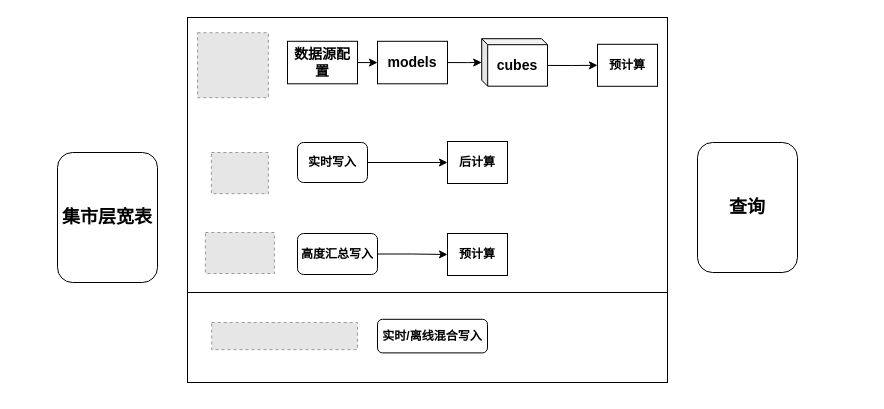
Before: 集市层批流一体.drawio in mineminemine123/work-wiki, a draw.io diagram. Source tidied: cells renumbered, new cells numbered last; positions are measured from the earlier drawing's top-left corner, leaving out a move shared by most shapes. Both pictures are drawn from the tidied source at 100%, with x=0, y=0 at pixel (57, 17). Pictures stored in the file or linked from it are replaced by grey dashed boxes.
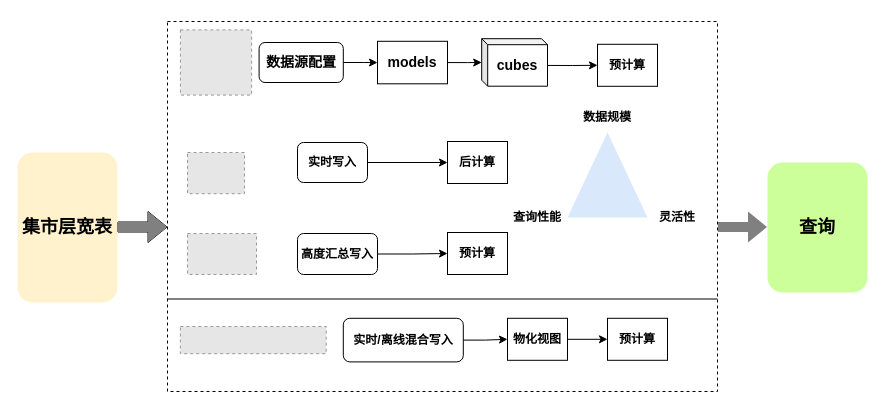
After the change.

Commit message:
更新集市层批流一体.drawio

Unchanged cells that the change refers to:
```xml
<mxCell id="12" value="&lt;h3&gt;models&lt;/h3&gt;" style="rounded=0;whiteSpace=wrap;html=1;" parent="1" vertex="1">
  <mxGeometry x="320" y="23.8" width="70" height="42.5" as="geometry" />
</mxCell>
```

The edit, as a diff of the source:
```diff
@@
-    <mxCell id="2" style="rounded=0;whiteSpace=wrap;html=1;" parent="1" vertex="1">
-      <mxGeometry x="130" y="275" width="480" height="90" as="geometry" />
-    </mxCell>
-    <mxCell id="3" style="rounded=0;whiteSpace=wrap;html=1;" parent="1" vertex="1">
-      <mxGeometry x="130" width="480" height="275" as="geometry" />
+    <mxCell id="3" style="rounded=0;whiteSpace=wrap;html=1;strokeWidth=1;dashed=1;" parent="1" vertex="1">
+      <mxGeometry x="110" y="4" width="550" height="370" as="geometry" />
     </mxCell>
-    <mxCell id="4" value="&lt;h2&gt;集市层宽表&lt;/h2&gt;" style="rounded=1;whiteSpace=wrap;html=1;" parent="1" vertex="1">
-      <mxGeometry y="135" width="100" height="130" as="geometry" />
+    <mxCell id="4" value="&lt;h2&gt;集市层宽表&lt;/h2&gt;" style="rounded=1;whiteSpace=wrap;html=1;fillColor=#fff2cc;strokeColor=none;" parent="1" vertex="1">
+      <mxGeometry x="-40" y="135" width="100" height="150" as="geometry" />
     </mxCell>
     <mxCell id="5" style="fillColor=#E6E6E6;strokeColor=#999999;dashed=1;verticalLabelPosition=bottom;labelBackgroundColor=default;verticalAlign=top;" parent="1" vertex="1">
-      <mxGeometry x="154.2" y="305" width="145.8" height="27.2" as="geometry" />
+      <mxGeometry x="122.9" y="309" width="145.8" height="27.2" as="geometry" />
     </mxCell>
     <mxCell id="6" style="fillColor=#E6E6E6;strokeColor=#999999;dashed=1;verticalLabelPosition=bottom;labelBackgroundColor=default;verticalAlign=top;" parent="1" vertex="1">
-      <mxGeometry x="147.9" y="215" width="69" height="41" as="geometry" />
+      <mxGeometry x="130" y="216" width="69" height="41" as="geometry" />
     </mxCell>
     <mxCell id="7" style="fillColor=#E6E6E6;strokeColor=#999999;dashed=1;verticalLabelPosition=bottom;labelBackgroundColor=default;verticalAlign=top;" parent="1" vertex="1">
-      <mxGeometry x="140" y="15.2" width="70.9" height="65" as="geometry" />
+      <mxGeometry x="122.9" y="12.4" width="71.2" height="65.2" as="geometry" />
     </mxCell>
     <mxCell id="8" style="fillColor=#E6E6E6;strokeColor=#999999;dashed=1;verticalLabelPosition=bottom;labelBackgroundColor=default;verticalAlign=top;" parent="1" vertex="1">
-      <mxGeometry x="153.9" y="135" width="57" height="41.2" as="geometry" />
+      <mxGeometry x="130" y="135" width="57" height="41.2" as="geometry" />
     </mxCell>
-    <mxCell id="9" style="edgeStyle=orthogonalEdgeStyle;rounded=0;jettySize=auto;html=1;exitX=1;exitY=0.5;exitDx=0;exitDy=0;" parent="1" edge="1" source="10" target="12">
-      <mxGeometry relative="1" as="geometry" />
-    </mxCell>
-    <mxCell id="10" value="&lt;h3&gt;数据源配置&lt;/h3&gt;" style="rounded=0;whiteSpace=wrap;html=1;" parent="1" vertex="1">
-      <mxGeometry x="230" y="23.8" width="70" height="42.5" as="geometry" />
-    </mxCell>
@@
+    <mxCell id="24" style="edgeStyle=orthogonalEdgeStyle;rounded=0;jettySize=auto;html=1;exitX=1;exitY=0.5;exitDx=0;exitDy=0;entryX=0;entryY=0.5;entryDx=0;entryDy=0;" parent="1" edge="1" source="20" target="26">
+      <mxGeometry relative="1" as="geometry" />
+    </mxCell>
     <mxCell id="20" value="&lt;h4&gt;实时/离线混合写入&lt;/h4&gt;" style="rounded=1;whiteSpace=wrap;html=1;" parent="1" vertex="1">
-      <mxGeometry x="320" y="301.8" width="110" height="33.6" as="geometry" />
+      <mxGeometry x="285.8" y="300.8" width="120" height="43.6" as="geometry" />
     </mxCell>
@@
     <mxCell id="22" value="&lt;h4&gt;预计算&lt;/h4&gt;" style="rounded=0;whiteSpace=wrap;html=1;" parent="1" vertex="1">
-      <mxGeometry x="390" y="216" width="60" height="42" as="geometry" />
+      <mxGeometry x="390" y="215" width="60" height="42" as="geometry" />
     </mxCell>
-    <mxCell id="23" value="&lt;h2&gt;查询&lt;/h2&gt;" style="rounded=1;whiteSpace=wrap;html=1;" parent="1" vertex="1">
-      <mxGeometry x="640" y="125" width="100" height="130" as="geometry" />
+    <mxCell id="23" value="&lt;h2&gt;查询&lt;/h2&gt;" style="rounded=1;whiteSpace=wrap;html=1;strokeColor=none;fillColor=#CCFF99;" parent="1" vertex="1">
+      <mxGeometry x="710" y="145" width="100" height="130" as="geometry" />
     </mxCell>
+    <mxCell id="25" style="edgeStyle=orthogonalEdgeStyle;rounded=0;jettySize=auto;html=1;exitX=1;exitY=0.5;exitDx=0;exitDy=0;" parent="1" edge="1" source="26" target="27">
+      <mxGeometry relative="1" as="geometry" />
+    </mxCell>
+    <mxCell id="26" value="&lt;h4&gt;物化视图&lt;/h4&gt;" style="rounded=0;whiteSpace=wrap;html=1;" parent="1" vertex="1">
+      <mxGeometry x="450" y="300.8" width="60" height="42" as="geometry" />
+    </mxCell>
+    <mxCell id="27" value="&lt;h4&gt;预计算&lt;/h4&gt;" style="rounded=0;whiteSpace=wrap;html=1;" parent="1" vertex="1">
+      <mxGeometry x="550" y="300.8" width="60" height="42" as="geometry" />
+    </mxCell>
+    <mxCell id="28" style="endArrow=none;html=1;rounded=0;entryX=1;entryY=0.75;entryDx=0;entryDy=0;exitX=0;exitY=0.75;exitDx=0;exitDy=0;strokeWidth=1;" parent="1" edge="1" source="3" target="3">
+      <mxGeometry relative="1" as="geometry" />
+    </mxCell>
+    <mxCell id="29" style="verticalLabelPosition=bottom;verticalAlign=top;html=1;shape=mxgraph.basic.acute_triangle;dx=0.5;strokeWidth=2;fillColor=#dae8fc;strokeColor=none;" parent="1" vertex="1">
+      <mxGeometry x="510" y="115" width="80" height="85.1" as="geometry" />
+    </mxCell>
+    <mxCell id="30" value="&lt;h4&gt;数据规模&lt;/h4&gt;" style="text;html=1;strokeColor=none;fillColor=none;align=center;verticalAlign=middle;whiteSpace=wrap;rounded=0;" parent="1" vertex="1">
+      <mxGeometry x="520" y="85" width="60" height="30" as="geometry" />
+    </mxCell>
+    <mxCell id="31" value="&lt;h4&gt;查询性能&lt;/h4&gt;" style="text;html=1;strokeColor=none;fillColor=none;align=center;verticalAlign=middle;whiteSpace=wrap;rounded=0;" parent="1" vertex="1">
+      <mxGeometry x="450" y="185" width="60" height="30" as="geometry" />
+    </mxCell>
+    <mxCell id="32" value="&lt;h4&gt;灵活性&lt;/h4&gt;" style="text;html=1;strokeColor=none;fillColor=none;align=center;verticalAlign=middle;whiteSpace=wrap;rounded=0;" parent="1" vertex="1">
+      <mxGeometry x="590" y="185" width="60" height="30" as="geometry" />
+    </mxCell>
+    <mxCell id="9" style="edgeStyle=orthogonalEdgeStyle;rounded=0;jettySize=auto;html=1;exitX=1;exitY=0.5;exitDx=0;exitDy=0;strokeWidth=1;" parent="1" edge="1" source="10" target="12">
+      <mxGeometry relative="1" as="geometry" />
+    </mxCell>
+    <mxCell id="10" value="&lt;h3&gt;数据源配置&lt;/h3&gt;" style="rounded=1;whiteSpace=wrap;html=1;" parent="1" vertex="1">
+      <mxGeometry x="201.6" y="25" width="84.2" height="40" as="geometry" />
+    </mxCell>
+    <mxCell id="33" style="edgeStyle=orthogonalEdgeStyle;rounded=0;orthogonalLoop=1;jettySize=auto;html=1;exitX=0.5;exitY=1;exitDx=0;exitDy=0;strokeWidth=1;" parent="1" edge="1" source="6" target="6">
+      <mxGeometry relative="1" as="geometry" />
+    </mxCell>
+    <mxCell id="34" style="shape=flexArrow;endArrow=classic;html=1;rounded=0;strokeWidth=1;" parent="1" edge="1">
+      <mxGeometry relative="1" as="geometry">
+        <mxPoint x="60" y="209.5" as="sourcePoint" />
+        <mxPoint x="110" y="209.5" as="targetPoint" />
+      </mxGeometry>
+    </mxCell>
+    <mxCell id="35" style="shape=flexArrow;endArrow=classic;html=1;rounded=0;strokeWidth=1;fillColor=#808080;strokeColor=none;" parent="1" edge="1">
+      <mxGeometry relative="1" as="geometry">
+        <mxPoint x="660" y="209.5" as="sourcePoint" />
+        <mxPoint x="710" y="209.5" as="targetPoint" />
+      </mxGeometry>
+    </mxCell>
+    <mxCell id="36" style="shape=flexArrow;endArrow=classic;html=1;rounded=0;strokeWidth=1;fillColor=#808080;strokeColor=none;" parent="1" edge="1">
+      <mxGeometry relative="1" as="geometry">
+        <mxPoint x="60" y="209.5" as="sourcePoint" />
+        <mxPoint x="110" y="209.5" as="targetPoint" />
+      </mxGeometry>
+    </mxCell>
```
